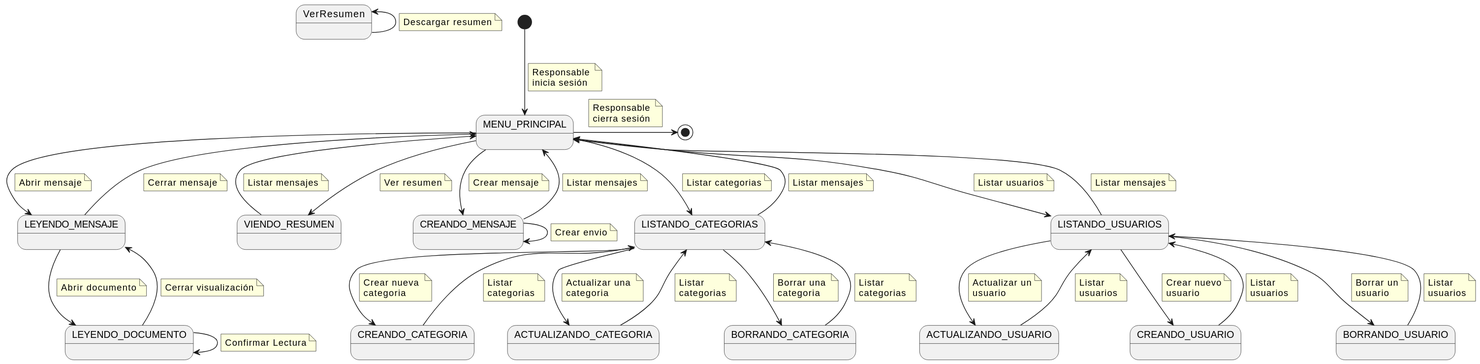
This is docs/casosDeUso/diagramaDeContexto/DiagramaDeContextoResponsable/diagramaContextoResponsable.svg from mmasias/24-25-IdSw1-SDR, a PlantUML export, as it was before one commit.
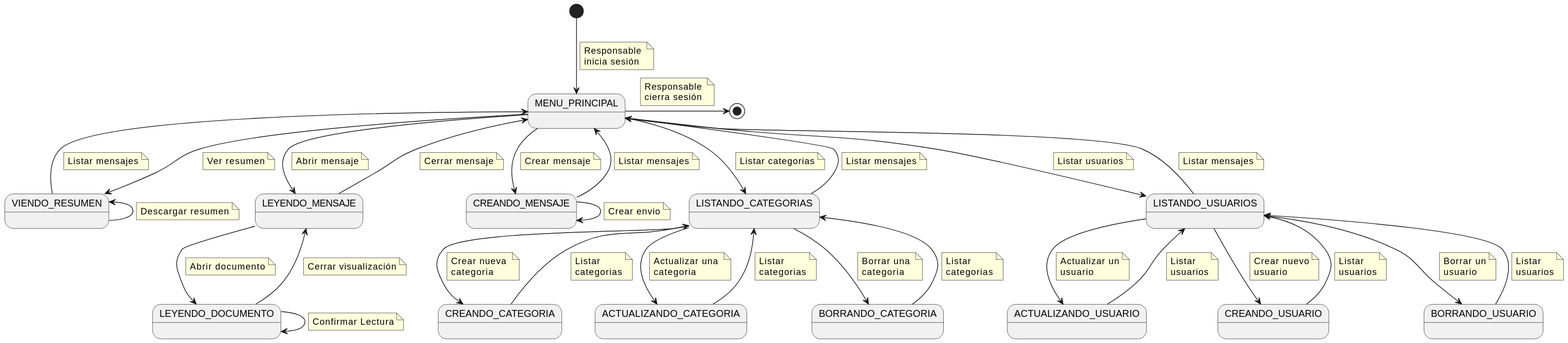
The same diagram one commit later.

Commit message:
Afinando detalles de nombres

Change to the diagram source:
```diff
@@ -71,7 +71,7 @@
         Listar mensajes
     end note
 
-VerResumen -l-> VerResumen
+ViendoResumen -l-> ViendoResumen
     note on link
         Descargar resumen
     end note
```
